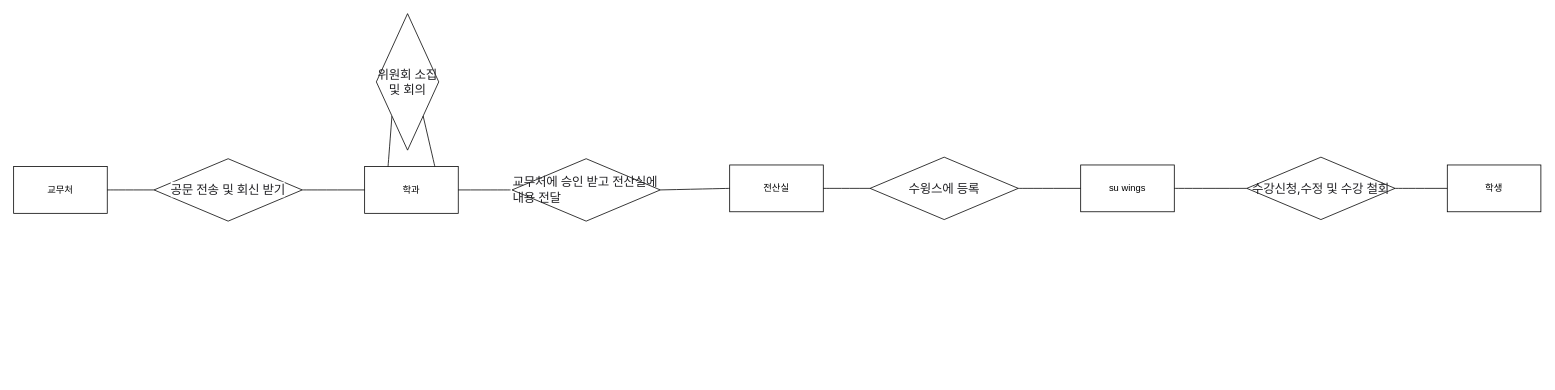
This is page "페이지-2" (2 of 2) of 제목 없는 다이어그램.drawio from creepereye1204/TIL, a draw.io file, before an edit. Source tidied: cells renumbered, new cells numbered last; positions are measured from the earlier drawing's top-left corner, leaving out a move shared by most shapes. Both pictures are drawn from the tidied source at 78%, with x=0, y=0 at pixel (13, 13).
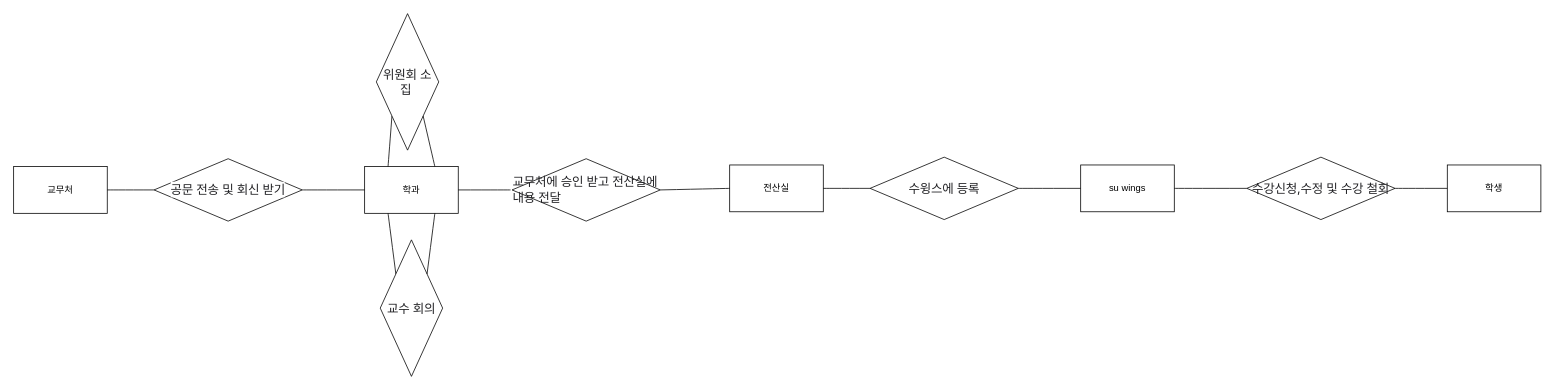
The same diagram, later.

Commit message:
제목 없는 다이어그램.drawio 업데이트

The change refers to these unchanged cells:
```xml
<mxCell id="5" value="학과" style="rounded=0;whiteSpace=wrap;html=1;" parent="1" vertex="1">
  <mxGeometry x="450" y="196" width="120" height="60" as="geometry" />
</mxCell>
```

What changed in the source:
```diff
@@
-    <mxCell id="15" value="&lt;span style=&quot;color: rgb(34, 34, 37); font-family: -apple-system, BlinkMacSystemFont, &amp;quot;Malgun Gothic&amp;quot;, &amp;quot;맑은 고딕&amp;quot;, helvetica, &amp;quot;Apple SD Gothic Neo&amp;quot;, helvetica, &amp;quot;나눔바른고딕 옛한글&amp;quot;, &amp;quot;NanumBarunGothic YetHangul&amp;quot;, sans-serif; font-size: 16px; letter-spacing: -0.3px; text-align: start;&quot;&gt;위원회 소집 및 회의&lt;/span&gt;" style="rhombus;whiteSpace=wrap;html=1;" parent="1" vertex="1">
+    <mxCell id="15" value="&lt;span style=&quot;color: rgb(34, 34, 37); font-family: -apple-system, BlinkMacSystemFont, &amp;quot;Malgun Gothic&amp;quot;, &amp;quot;맑은 고딕&amp;quot;, helvetica, &amp;quot;Apple SD Gothic Neo&amp;quot;, helvetica, &amp;quot;나눔바른고딕 옛한글&amp;quot;, &amp;quot;NanumBarunGothic YetHangul&amp;quot;, sans-serif; font-size: 16px; letter-spacing: -0.3px; text-align: start;&quot;&gt;위원회 소집&amp;nbsp;&lt;/span&gt;" style="rhombus;whiteSpace=wrap;html=1;" parent="1" vertex="1">
       <mxGeometry x="465" width="80" height="175" as="geometry" />
     </mxCell>
@@
+    <mxCell id="22" style="endArrow=none;html=1;rounded=0;fontSize=12;startSize=8;endSize=8;curved=1;exitX=0.25;exitY=1;exitDx=0;exitDy=0;entryX=0;entryY=0;entryDx=0;entryDy=0;" parent="1" edge="1" source="5" target="23">
+      <mxGeometry relative="1" as="geometry" />
+    </mxCell>
+    <mxCell id="23" value="&lt;div style=&quot;text-align: start;&quot;&gt;&lt;span style=&quot;background-color: initial; font-size: 16px; letter-spacing: -0.3px;&quot;&gt;&lt;font face=&quot;-apple-system, BlinkMacSystemFont, Malgun Gothic, 맑은 고딕, helvetica, Apple SD Gothic Neo, helvetica, 나눔바른고딕 옛한글, NanumBarunGothic YetHangul, sans-serif&quot; color=&quot;#222225&quot;&gt;교수 회의&lt;/font&gt;&lt;/span&gt;&lt;/div&gt;" style="rhombus;whiteSpace=wrap;html=1;" parent="1" vertex="1">
+      <mxGeometry x="470" y="290" width="80" height="175" as="geometry" />
+    </mxCell>
+    <mxCell id="24" style="endArrow=none;html=1;rounded=0;fontSize=12;startSize=8;endSize=8;curved=1;exitX=0.75;exitY=1;exitDx=0;exitDy=0;entryX=1;entryY=0;entryDx=0;entryDy=0;" parent="1" edge="1" source="5" target="23">
+      <mxGeometry relative="1" as="geometry" />
+    </mxCell>
```
